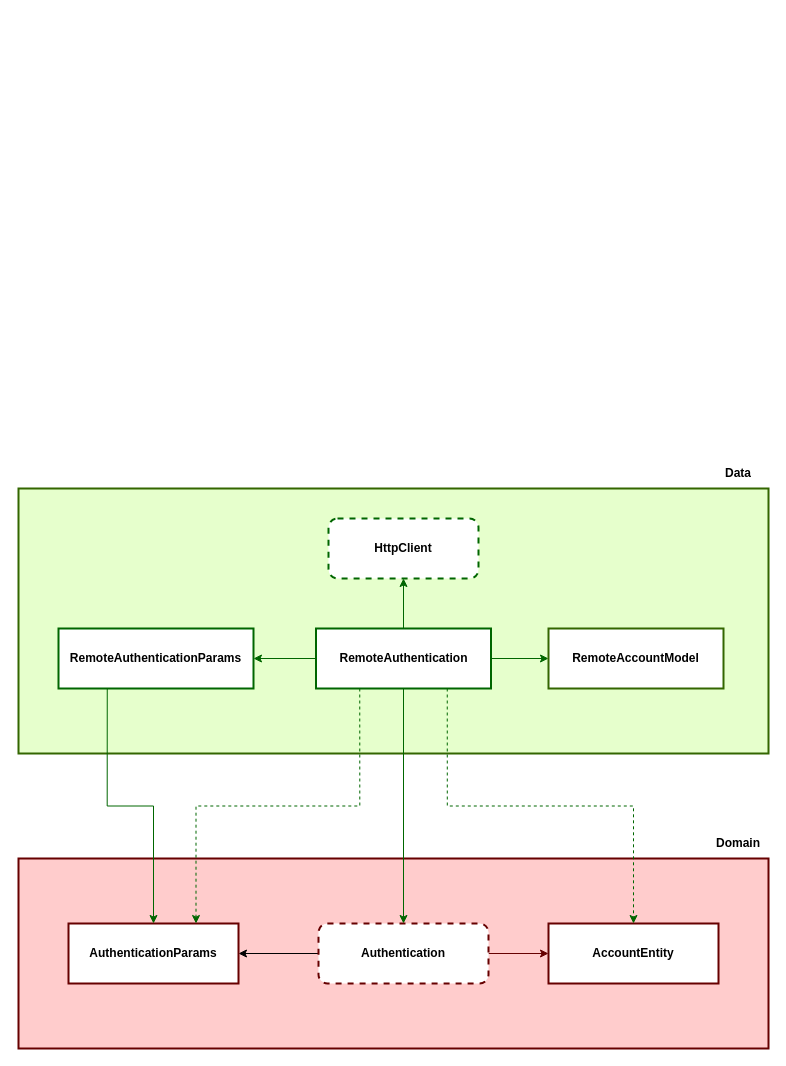
The draw.io diagram for-dev.drawio in Iam-Luik/flutter-clean-architecture, before the edit. Source tidied: cells renumbered, new cells numbered last; positions are measured from the earlier drawing's top-left corner, leaving out a move shared by most shapes. Both pictures are drawn from the tidied source at 100%, with x=0, y=0 at pixel (18, 458).
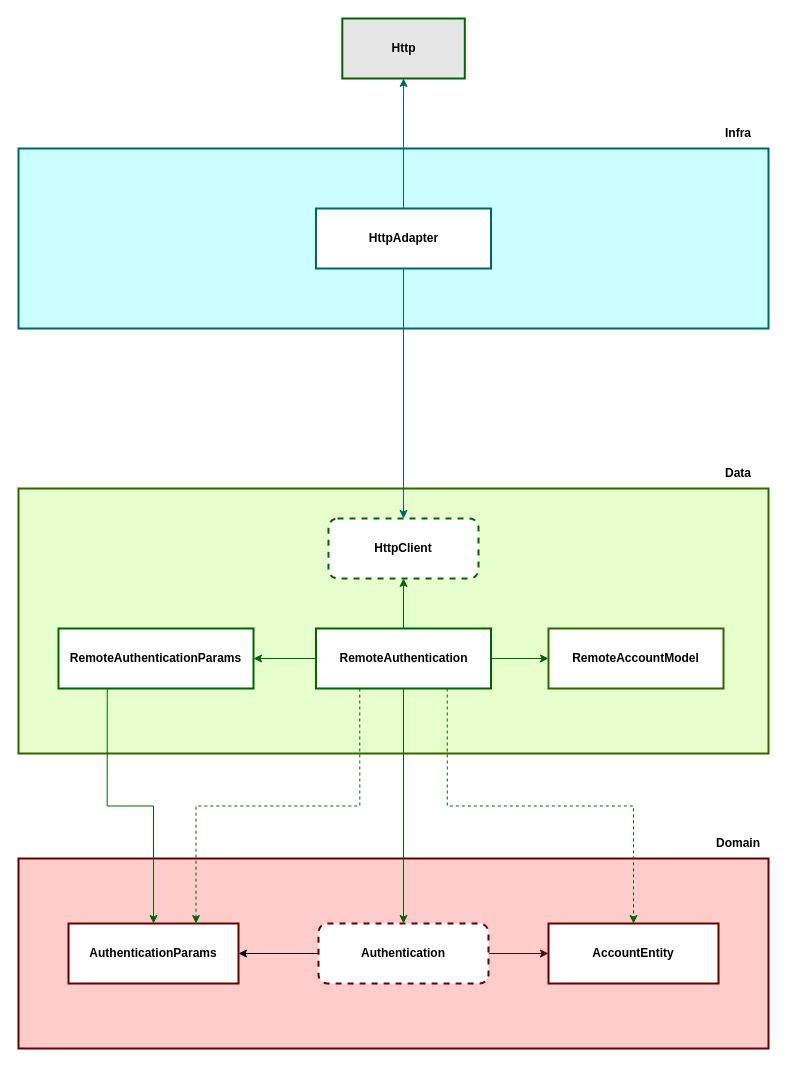
The same page after the edit.

Commit message (it also covers changes not shown here):
ensure HttpAdapter calls post with correct headers

Unchanged cells that the change refers to:
```xml
<mxCell id="16" value="HttpClient" style="rounded=1;whiteSpace=wrap;html=1;fontStyle=1;dashed=1;strokeWidth=2;strokeColor=#006600;" parent="1" vertex="1">
  <mxGeometry x="310" y="60" width="150" height="60" as="geometry" />
</mxCell>
```

Diff of the diagram source:
```diff
@@
+    <mxCell id="22" style="rounded=0;whiteSpace=wrap;html=1;strokeWidth=2;fillColor=#CCFFFF;strokeColor=#006666;" parent="1" vertex="1">
+      <mxGeometry y="-310" width="750" height="180" as="geometry" />
+    </mxCell>
+    <mxCell id="23" style="edgeStyle=orthogonalEdgeStyle;rounded=0;jettySize=auto;html=1;entryX=0.5;entryY=0;entryDx=0;entryDy=0;strokeColor=#006666;" parent="1" edge="1" source="25" target="16">
+      <mxGeometry relative="1" as="geometry" />
+    </mxCell>
+    <mxCell id="24" style="edgeStyle=orthogonalEdgeStyle;rounded=0;jettySize=auto;html=1;exitX=0.5;exitY=0;exitDx=0;exitDy=0;entryX=0.5;entryY=1;entryDx=0;entryDy=0;strokeColor=#006666;" parent="1" edge="1" source="25" target="26">
+      <mxGeometry relative="1" as="geometry" />
+    </mxCell>
+    <mxCell id="25" value="HttpAdapter" style="rounded=0;whiteSpace=wrap;html=1;fontStyle=1;strokeWidth=2;strokeColor=#006666;" parent="1" vertex="1">
+      <mxGeometry x="297.5" y="-250" width="175" height="60" as="geometry" />
+    </mxCell>
+    <mxCell id="26" value="Http" style="rounded=0;whiteSpace=wrap;html=1;fontStyle=1;strokeWidth=2;strokeColor=#006600;fillColor=#E6E6E6;" parent="1" vertex="1">
+      <mxGeometry x="323.8" y="-440" width="122.5" height="60" as="geometry" />
+    </mxCell>
+    <mxCell id="27" value="Infra" style="text;html=1;strokeColor=none;fillColor=none;align=center;verticalAlign=middle;whiteSpace=wrap;rounded=0;strokeWidth=2;fontStyle=1;" parent="1" vertex="1">
+      <mxGeometry x="690" y="-340" width="60" height="30" as="geometry" />
+    </mxCell>
```
